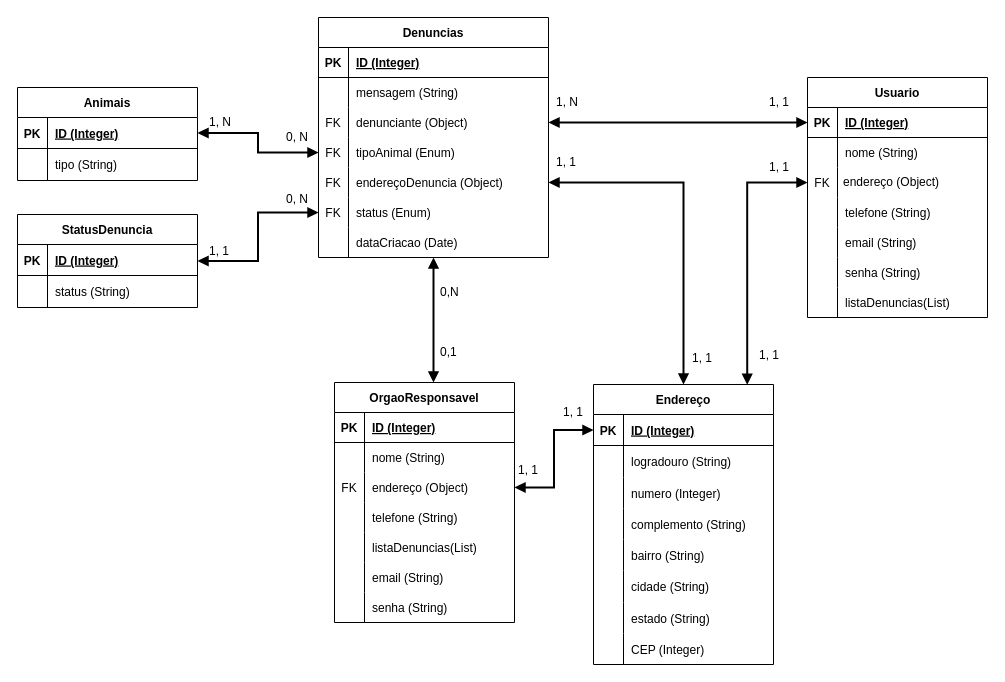
Before: Entidades_e_relacionamentos.drawio in michaelsanguinete/CompassFinalProject, a draw.io diagram. Source tidied: cells renumbered, new cells numbered last; positions are measured from the earlier drawing's top-left corner, leaving out a move shared by most shapes. Both pictures are drawn from the tidied source at 100%, with x=0, y=0 at pixel (17, 17).
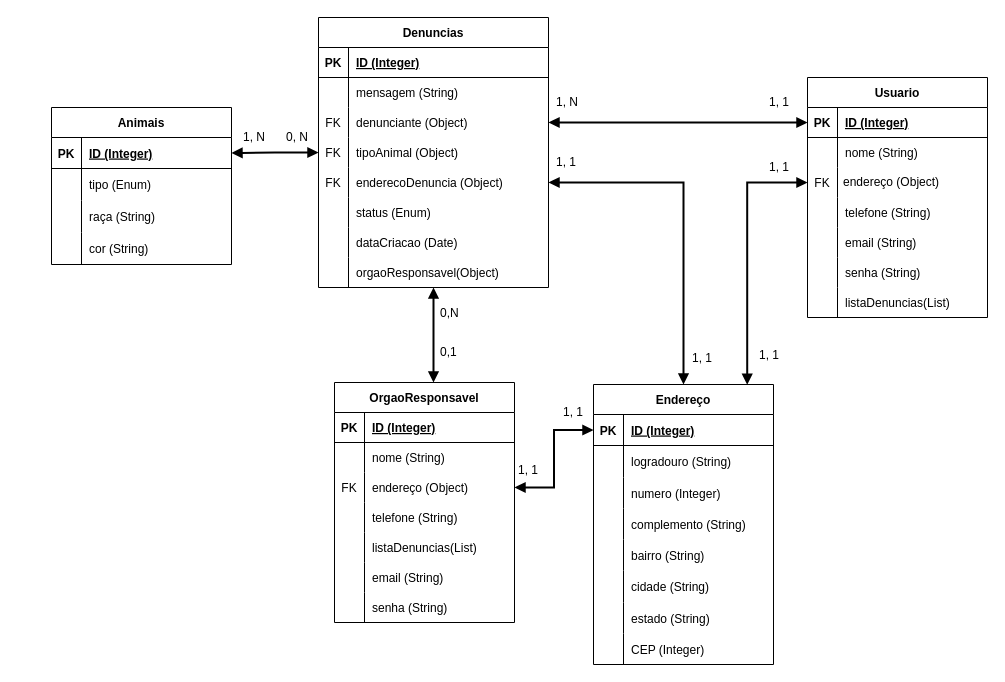
After the change.

Commit message:
Remoção tabela status Denuncia

Unchanged cells that the change refers to:
```xml
<mxCell id="12" style="shape=partialRectangle;fillColor=none;top=0;left=0;bottom=0;right=0;points=[[0,0.5],[1,0.5]];portConstraint=eastwest;" parent="2" vertex="1">
  <mxGeometry y="120" width="230" height="30" as="geometry" />
</mxCell>
<mxCell id="15" style="shape=partialRectangle;fillColor=none;top=0;left=0;bottom=0;right=0;points=[[0,0.5],[1,0.5]];portConstraint=eastwest;" parent="2" vertex="1">
  <mxGeometry y="150" width="230" height="30" as="geometry" />
</mxCell>
<mxCell id="18" style="shape=partialRectangle;fillColor=none;top=0;left=0;bottom=0;right=0;points=[[0,0.5],[1,0.5]];portConstraint=eastwest;" parent="2" vertex="1">
  <mxGeometry y="180" width="230" height="30" as="geometry" />
</mxCell>
<mxCell id="103" style="shape=partialRectangle;fillColor=none;top=0;left=0;bottom=0;right=0;" parent="99" vertex="1">
  <mxGeometry y="61" width="180" height="32" as="geometry" />
</mxCell>
```

What changed in the source:
```diff
@@
     <mxCell id="2" value="Denuncias" style="shape=table;startSize=30;childLayout=tableLayout;rowLines=0;fontStyle=1;align=center;" parent="1" vertex="1">
-      <mxGeometry x="301" width="230" height="240" as="geometry" />
+      <mxGeometry x="301" width="230" height="270" as="geometry" />
     </mxCell>
@@
-    <mxCell id="14" value="tipoAnimal (Enum)" style="shape=partialRectangle;fillColor=none;top=0;left=0;bottom=0;right=0;align=left;spacingLeft=6;overflow=hidden;" parent="12" vertex="1">
+    <mxCell id="14" value="tipoAnimal (Object)" style="shape=partialRectangle;fillColor=none;top=0;left=0;bottom=0;right=0;align=left;spacingLeft=6;overflow=hidden;" parent="12" vertex="1">
       <mxGeometry x="30" width="200" height="30" as="geometry" />
     </mxCell>
@@
-    <mxCell id="17" value="endereçoDenuncia (Object)" style="shape=partialRectangle;fillColor=none;top=0;left=0;bottom=0;right=0;align=left;spacingLeft=6;overflow=hidden;" parent="15" vertex="1">
+    <mxCell id="17" value="enderecoDenuncia (Object)" style="shape=partialRectangle;fillColor=none;top=0;left=0;bottom=0;right=0;align=left;spacingLeft=6;overflow=hidden;" parent="15" vertex="1">
       <mxGeometry x="30" width="200" height="30" as="geometry" />
     </mxCell>
@@
-    <mxCell id="19" value="FK" style="shape=partialRectangle;fillColor=none;top=0;left=0;bottom=0;right=0;overflow=hidden;" parent="18" vertex="1">
+    <mxCell id="19" style="shape=partialRectangle;fillColor=none;top=0;left=0;bottom=0;right=0;overflow=hidden;" parent="18" vertex="1">
       <mxGeometry width="30" height="30" as="geometry" />
     </mxCell>
@@
+    <mxCell id="128" style="shape=partialRectangle;fillColor=none;top=0;left=0;bottom=0;right=0;" parent="2" vertex="1">
+      <mxGeometry y="240" width="230" height="30" as="geometry" />
+    </mxCell>
+    <mxCell id="129" style="shape=partialRectangle;fillColor=none;top=0;left=0;bottom=0;right=0;overflow=hidden;" parent="128" vertex="1">
+      <mxGeometry width="30" height="30" as="geometry" />
+    </mxCell>
+    <mxCell id="130" value="orgaoResponsavel(Object)" style="shape=partialRectangle;fillColor=none;top=0;left=0;bottom=0;right=0;align=left;spacingLeft=6;overflow=hidden;" parent="128" vertex="1">
+      <mxGeometry x="30" width="200" height="30" as="geometry" />
+    </mxCell>
@@
     <mxCell id="70" value="0,N" style="text;html=1;strokeColor=none;fillColor=none;align=left;verticalAlign=middle;whiteSpace=wrap;rounded=0;sketch=0;" parent="1" vertex="1">
-      <mxGeometry x="421" y="260" width="26" height="30" as="geometry" />
+      <mxGeometry x="421" y="281" width="26" height="30" as="geometry" />
     </mxCell>
@@
     <mxCell id="99" value="Animais" style="shape=table;startSize=30;childLayout=tableLayout;rowLines=0;fontStyle=1;align=center;" parent="1" vertex="1">
-      <mxGeometry y="70" width="180" height="93" as="geometry" />
+      <mxGeometry x="34" y="90" width="180" height="157" as="geometry" />
     </mxCell>
@@
-    <mxCell id="105" value="tipo (String)" style="shape=partialRectangle;fillColor=none;top=0;left=0;bottom=0;right=0;align=left;spacingLeft=6;overflow=hidden;" parent="103" vertex="1">
+    <mxCell id="105" value="tipo (Enum)" style="shape=partialRectangle;fillColor=none;top=0;left=0;bottom=0;right=0;align=left;spacingLeft=6;overflow=hidden;" parent="103" vertex="1">
       <mxGeometry x="30" width="150" height="32" as="geometry" />
     </mxCell>
-    <mxCell id="106" value="StatusDenuncia" style="shape=table;startSize=30;childLayout=tableLayout;rowLines=0;fontStyle=1;align=center;" parent="1" vertex="1">
-      <mxGeometry y="197" width="180" height="93" as="geometry" />
-    </mxCell>
-    <mxCell id="107" style="shape=partialRectangle;fillColor=none;top=0;left=0;bottom=1;right=0;" parent="106" vertex="1">
-      <mxGeometry y="30" width="180" height="31" as="geometry" />
-    </mxCell>
-    <mxCell id="108" value="PK" style="shape=partialRectangle;fillColor=none;top=0;left=0;bottom=0;right=0;fontStyle=1;overflow=hidden;" parent="107" vertex="1">
-      <mxGeometry width="30" height="31" as="geometry" />
-    </mxCell>
-    <mxCell id="109" value="ID (Integer)" style="shape=partialRectangle;fillColor=none;top=0;left=0;bottom=0;right=0;align=left;spacingLeft=6;fontStyle=5;overflow=hidden;" parent="107" vertex="1">
-      <mxGeometry x="30" width="150" height="31" as="geometry" />
-    </mxCell>
-    <mxCell id="110" style="shape=partialRectangle;fillColor=none;top=0;left=0;bottom=0;right=0;" parent="106" vertex="1">
-      <mxGeometry y="61" width="180" height="32" as="geometry" />
-    </mxCell>
-    <mxCell id="111" style="shape=partialRectangle;fillColor=none;top=0;left=0;bottom=0;right=0;overflow=hidden;" parent="110" vertex="1">
-      <mxGeometry width="30" height="32" as="geometry" />
-    </mxCell>
-    <mxCell id="112" value="status (String)" style="shape=partialRectangle;fillColor=none;top=0;left=0;bottom=0;right=0;align=left;spacingLeft=6;overflow=hidden;" parent="110" vertex="1">
-      <mxGeometry x="30" width="150" height="32" as="geometry" />
-    </mxCell>
+    <mxCell id="131" style="shape=partialRectangle;fillColor=none;top=0;left=0;bottom=0;right=0;" parent="99" vertex="1">
+      <mxGeometry y="93" width="180" height="32" as="geometry" />
+    </mxCell>
+    <mxCell id="132" style="shape=partialRectangle;fillColor=none;top=0;left=0;bottom=0;right=0;overflow=hidden;" parent="131" vertex="1">
+      <mxGeometry width="30" height="32" as="geometry" />
+    </mxCell>
+    <mxCell id="133" value="raça (String)" style="shape=partialRectangle;fillColor=none;top=0;left=0;bottom=0;right=0;align=left;spacingLeft=6;overflow=hidden;" parent="131" vertex="1">
+      <mxGeometry x="30" width="150" height="32" as="geometry" />
+    </mxCell>
+    <mxCell id="134" style="shape=partialRectangle;fillColor=none;top=0;left=0;bottom=0;right=0;" parent="99" vertex="1">
+      <mxGeometry y="125" width="180" height="32" as="geometry" />
+    </mxCell>
+    <mxCell id="135" style="shape=partialRectangle;fillColor=none;top=0;left=0;bottom=0;right=0;overflow=hidden;" parent="134" vertex="1">
+      <mxGeometry width="30" height="32" as="geometry" />
+    </mxCell>
+    <mxCell id="136" value="cor (String)" style="shape=partialRectangle;fillColor=none;top=0;left=0;bottom=0;right=0;align=left;spacingLeft=6;overflow=hidden;" parent="134" vertex="1">
+      <mxGeometry x="30" width="150" height="32" as="geometry" />
+    </mxCell>
@@
-    <mxCell id="114" style="edgeStyle=orthogonalEdgeStyle;rounded=0;jettySize=auto;html=1;exitX=0;exitY=0.5;exitDx=0;exitDy=0;entryX=1;entryY=0.5;entryDx=0;entryDy=0;startArrow=block;startFill=1;endArrow=block;endFill=1;strokeWidth=2;" parent="1" edge="1" source="18" target="106">
-      <mxGeometry relative="1" as="geometry" />
-    </mxCell>
@@
     <mxCell id="124" value="1, N" style="text;html=1;strokeColor=none;fillColor=none;align=left;verticalAlign=middle;whiteSpace=wrap;rounded=0;sketch=0;" parent="1" vertex="1">
-      <mxGeometry x="190" y="90" width="30" height="30" as="geometry" />
+      <mxGeometry x="224" y="105" width="30" height="30" as="geometry" />
     </mxCell>
@@
-    <mxCell id="126" value="1, 1" style="text;html=1;strokeColor=none;fillColor=none;align=left;verticalAlign=middle;whiteSpace=wrap;rounded=0;sketch=0;" parent="1" vertex="1">
-      <mxGeometry x="190" y="219" width="30" height="30" as="geometry" />
-    </mxCell>
-    <mxCell id="127" value="0, N" style="text;html=1;strokeColor=none;fillColor=none;align=left;verticalAlign=middle;whiteSpace=wrap;rounded=0;sketch=0;" parent="1" vertex="1">
-      <mxGeometry x="267" y="167" width="30" height="30" as="geometry" />
-    </mxCell>
```
